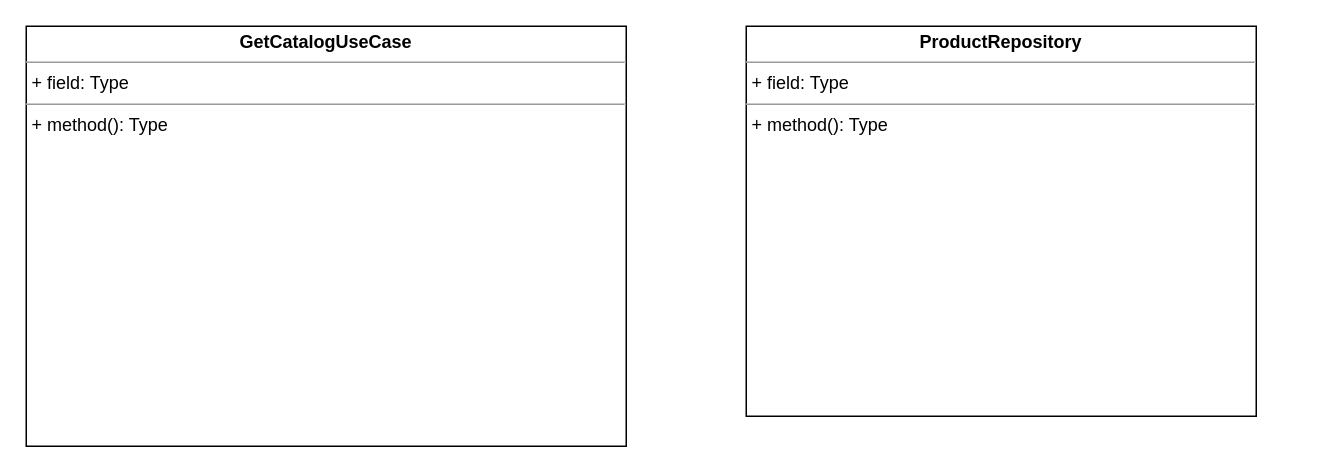
Earlier version of the draw.io diagram Каталог.drawio (ShiryaevNikolay/diagrams). Source tidied: cells renumbered, new cells numbered last; positions are measured from the earlier drawing's top-left corner, leaving out a move shared by most shapes. Both pictures are drawn from the tidied source at 150%, with x=0, y=0 at pixel (26, 26).
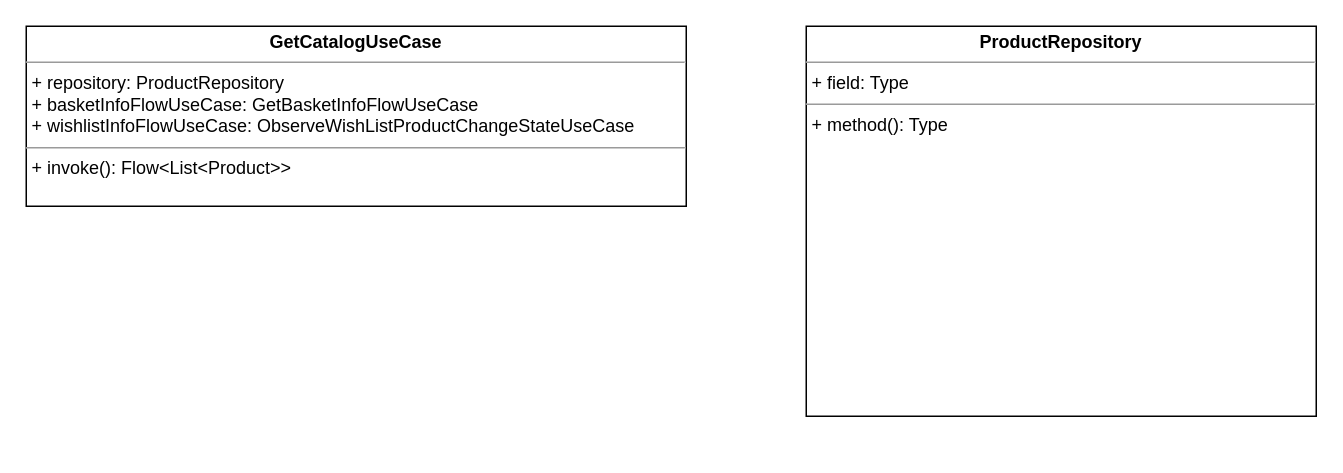
Above is the later version.

The edit, as a diff of the source:
```diff
@@
 <mxGraphModel>
   <root>
     <mxCell id="0" />
     <mxCell id="1" parent="0" />
-    <mxCell id="2" value="&lt;p style=&quot;margin:0px;margin-top:4px;text-align:center;&quot;&gt;&lt;b&gt;GetCatalogUseCase&lt;/b&gt;&lt;/p&gt;&lt;hr size=&quot;1&quot;&gt;&lt;p style=&quot;margin:0px;margin-left:4px;&quot;&gt;+ field: Type&lt;/p&gt;&lt;hr size=&quot;1&quot;&gt;&lt;p style=&quot;margin:0px;margin-left:4px;&quot;&gt;+ method(): Type&lt;/p&gt;" style="verticalAlign=top;align=left;overflow=fill;fontSize=12;fontFamily=Helvetica;html=1;whiteSpace=wrap;" parent="1" vertex="1">
-      <mxGeometry width="400" height="280" as="geometry" />
+    <mxCell id="2" value="&lt;p style=&quot;margin:0px;margin-top:4px;text-align:center;&quot;&gt;&lt;b&gt;GetCatalogUseCase&lt;/b&gt;&lt;/p&gt;&lt;hr size=&quot;1&quot;&gt;&lt;p style=&quot;margin:0px;margin-left:4px;&quot;&gt;+ repository: ProductRepository&lt;br&gt;&lt;/p&gt;&lt;p style=&quot;margin:0px;margin-left:4px;&quot;&gt;+ basketInfoFlowUseCase: GetBasketInfoFlowUseCase&lt;/p&gt;&lt;p style=&quot;margin:0px;margin-left:4px;&quot;&gt;+ wishlistInfoFlowUseCase: ObserveWishListProductChangeStateUseCase&lt;br&gt;&lt;/p&gt;&lt;hr size=&quot;1&quot;&gt;&lt;p style=&quot;margin:0px;margin-left:4px;&quot;&gt;+ invoke(): Flow&amp;lt;List&amp;lt;Product&amp;gt;&amp;gt;&lt;/p&gt;" style="verticalAlign=top;align=left;overflow=fill;fontSize=12;fontFamily=Helvetica;html=1;whiteSpace=wrap;" parent="1" vertex="1">
+      <mxGeometry width="440" height="120" as="geometry" />
     </mxCell>
     <mxCell id="3" value="&lt;p style=&quot;margin:0px;margin-top:4px;text-align:center;&quot;&gt;&lt;b&gt;ProductRepository&lt;/b&gt;&lt;/p&gt;&lt;hr size=&quot;1&quot;&gt;&lt;p style=&quot;margin:0px;margin-left:4px;&quot;&gt;+ field: Type&lt;/p&gt;&lt;hr size=&quot;1&quot;&gt;&lt;p style=&quot;margin:0px;margin-left:4px;&quot;&gt;+ method(): Type&lt;/p&gt;" style="verticalAlign=top;align=left;overflow=fill;fontSize=12;fontFamily=Helvetica;html=1;whiteSpace=wrap;" parent="1" vertex="1">
-      <mxGeometry x="480" width="340" height="260" as="geometry" />
+      <mxGeometry x="520" width="340" height="260" as="geometry" />
     </mxCell>
   </root>
 </mxGraphModel>
```
